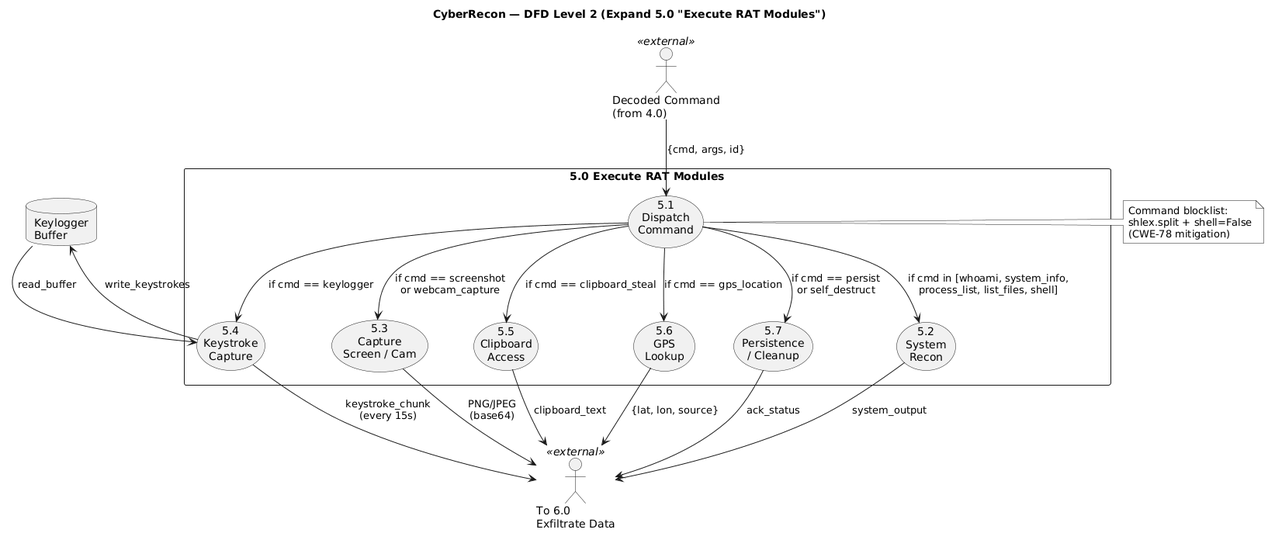
This is docs/diagrams/dfd-level-2.png from Jeevan1725/cyberrecon, a PlantUML export, as it was before one commit. Source of this version:
```plantuml
@startuml
skinparam monochrome true
skinparam shadowing false
skinparam componentStyle rectangle

title CyberRecon — DFD Level 2 (Expand 5.0 "Execute RAT Modules")

rectangle "5.0 Execute RAT Modules" {

  usecase "5.1\nDispatch\nCommand" as P51
  usecase "5.2\nSystem\nRecon" as P52
  usecase "5.3\nCapture\nScreen / Cam" as P53
  usecase "5.4\nKeystroke\nCapture" as P54
  usecase "5.5\nClipboard\nAccess" as P55
  usecase "5.6\nGPS\nLookup" as P56
  usecase "5.7\nPersistence\n/ Cleanup" as P57
}

actor "Decoded Command\n(from 4.0)" as CMD <<external>>
actor "To 6.0\nExfiltrate Data" as EXF <<external>>

database "Keylogger\nBuffer" as KB

CMD --> P51 : {cmd, args, id}

P51 --> P52 : if cmd in [whoami, system_info,\nprocess_list, list_files, shell]
P52 --> EXF : system_output

P51 --> P53 : if cmd == screenshot\nor webcam_capture
P53 --> EXF : PNG/JPEG\n(base64)

P51 --> P54 : if cmd == keylogger
P54 --> KB : write_keystrokes
KB --> P54 : read_buffer
P54 --> EXF : keystroke_chunk\n(every 15s)

P51 --> P55 : if cmd == clipboard_steal
P55 --> EXF : clipboard_text

P51 --> P56 : if cmd == gps_location
P56 --> EXF : {lat, lon, source}

P51 --> P57 : if cmd == persist\nor self_destruct
P57 --> EXF : ack_status

note right of P51
  Command blocklist:
  shlex.split + shell=False
  (CWE-78 mitigation)
end note
@enduml
```
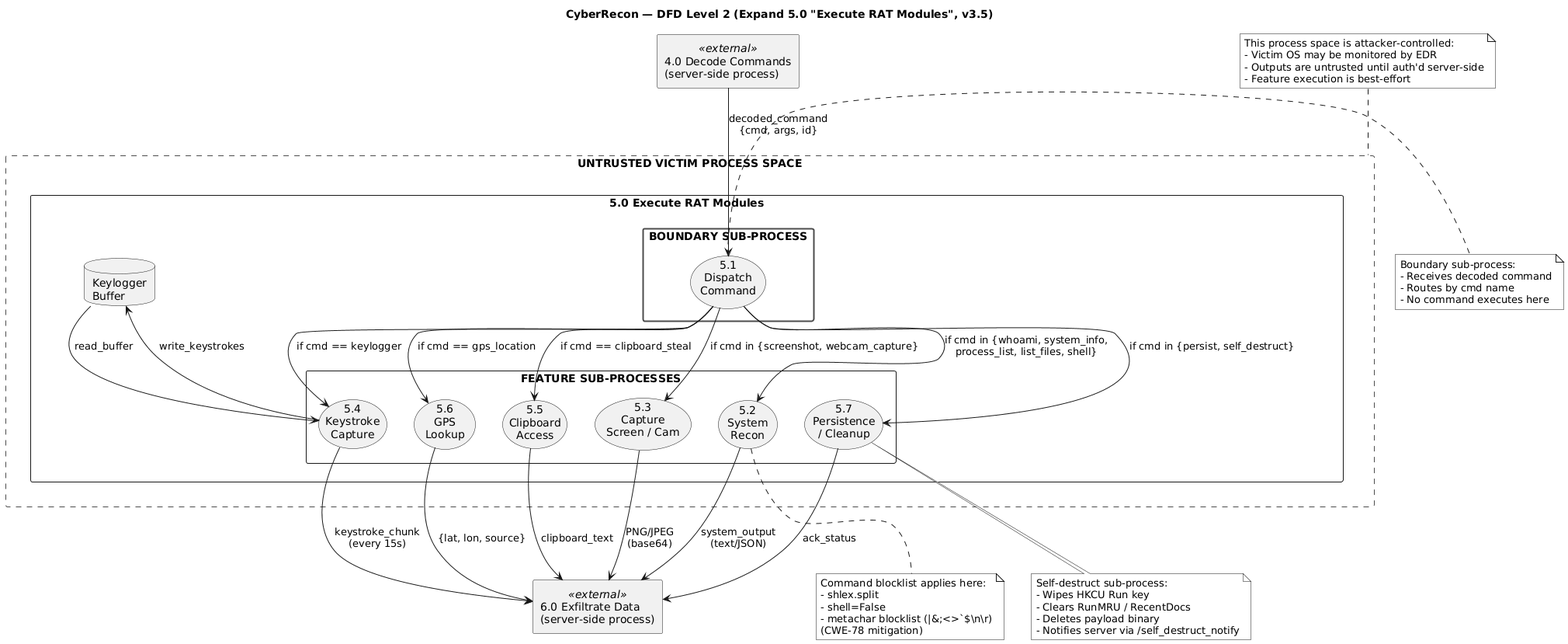
The same diagram one commit later.

What changed in the source:
```diff
@@ -3,49 +3,80 @@
 skinparam shadowing false
 skinparam componentStyle rectangle
 
-title CyberRecon — DFD Level 2 (Expand 5.0 "Execute RAT Modules")
+title CyberRecon — DFD Level 2 (Expand 5.0 "Execute RAT Modules", v3.5)
 
-rectangle "5.0 Execute RAT Modules" {
+rectangle "4.0 Decode Commands\n(server-side process)" as DECODER <<external>>
+rectangle "6.0 Exfiltrate Data\n(server-side process)" as EXFIL <<external>>
 
-  usecase "5.1\nDispatch\nCommand" as P51
-  usecase "5.2\nSystem\nRecon" as P52
-  usecase "5.3\nCapture\nScreen / Cam" as P53
-  usecase "5.4\nKeystroke\nCapture" as P54
-  usecase "5.5\nClipboard\nAccess" as P55
-  usecase "5.6\nGPS\nLookup" as P56
-  usecase "5.7\nPersistence\n/ Cleanup" as P57
+rectangle "UNTRUSTED VICTIM PROCESS SPACE" as VS #line:red;line.dashed {
+
+  rectangle "5.0 Execute RAT Modules" as P50 {
+
+    rectangle "BOUNDARY SUB-PROCESS" as BP #line:red;line.bold {
+      usecase "5.1\nDispatch\nCommand" as P51
+    }
+
+    rectangle "FEATURE SUB-PROCESSES" as TP {
+      usecase "5.2\nSystem\nRecon" as P52
+      usecase "5.3\nCapture\nScreen / Cam" as P53
+      usecase "5.4\nKeystroke\nCapture" as P54
+      usecase "5.5\nClipboard\nAccess" as P55
+      usecase "5.6\nGPS\nLookup" as P56
+      usecase "5.7\nPersistence\n/ Cleanup" as P57
+    }
+
+    database "Keylogger\nBuffer" as KB
+  }
 }
 
-actor "Decoded Command\n(from 4.0)" as CMD <<external>>
-actor "To 6.0\nExfiltrate Data" as EXF <<external>>
 
-database "Keylogger\nBuffer" as KB
+DECODER --> P51 : decoded_command\n{cmd, args, id}
 
-CMD --> P51 : {cmd, args, id}
+P51 --> P52 : if cmd in {whoami, system_info,\nprocess_list, list_files, shell}
+P51 --> P53 : if cmd in {screenshot, webcam_capture}
+P51 --> P54 : if cmd == keylogger
+P51 --> P55 : if cmd == clipboard_steal
+P51 --> P56 : if cmd == gps_location
+P51 --> P57 : if cmd in {persist, self_destruct}
 
-P51 --> P52 : if cmd in [whoami, system_info,\nprocess_list, list_files, shell]
-P52 --> EXF : system_output
+P52 --> EXFIL : system_output\n(text/JSON)
+P53 --> EXFIL : PNG/JPEG\n(base64)
+P54 --> EXFIL : keystroke_chunk\n(every 15s)
+P55 --> EXFIL : clipboard_text
+P56 --> EXFIL : {lat, lon, source}
+P57 --> EXFIL : ack_status
 
-P51 --> P53 : if cmd == screenshot\nor webcam_capture
-P53 --> EXF : PNG/JPEG\n(base64)
-
-P51 --> P54 : if cmd == keylogger
 P54 --> KB : write_keystrokes
 KB --> P54 : read_buffer
-P54 --> EXF : keystroke_chunk\n(every 15s)
 
-P51 --> P55 : if cmd == clipboard_steal
-P55 --> EXF : clipboard_text
-
-P51 --> P56 : if cmd == gps_location
-P56 --> EXF : {lat, lon, source}
-
-P51 --> P57 : if cmd == persist\nor self_destruct
-P57 --> EXF : ack_status
 
 note right of P51
-  Command blocklist:
-  shlex.split + shell=False
+  Boundary sub-process:
+  - Receives decoded command
+  - Routes by cmd name
+  - No command executes here
+end note
+
+note bottom of P52
+  Command blocklist applies here:
+  - shlex.split
+  - shell=False
+  - metachar blocklist (|&;<>`$\n\r)
   (CWE-78 mitigation)
 end note
+
+note bottom of P57
+  Self-destruct sub-process:
+  - Wipes HKCU Run key
+  - Clears RunMRU / RecentDocs
+  - Deletes payload binary
+  - Notifies server via /self_destruct_notify
+end note
+
+note top of VS
+  This process space is attacker-controlled:
+  - Victim OS may be monitored by EDR
+  - Outputs are untrusted until auth'd server-side
+  - Feature execution is best-effort
+end note
 @enduml
```
